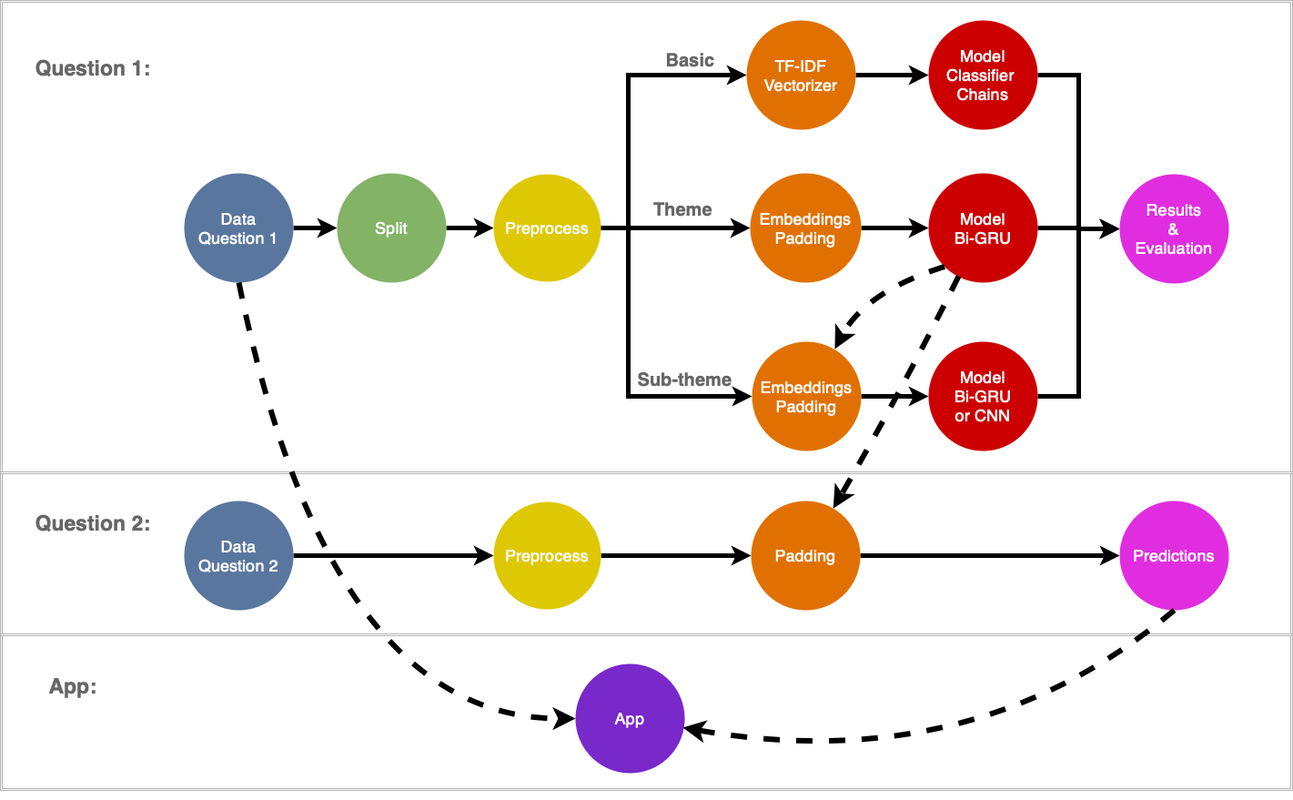
Above: reports/figures/flowchart.png in singh-karanpal/Capstone (draw.io), before the change. Source tidied: cells renumbered, new cells last; positions are measured from the earlier drawing's top-left corner, leaving out a move shared by most shapes.
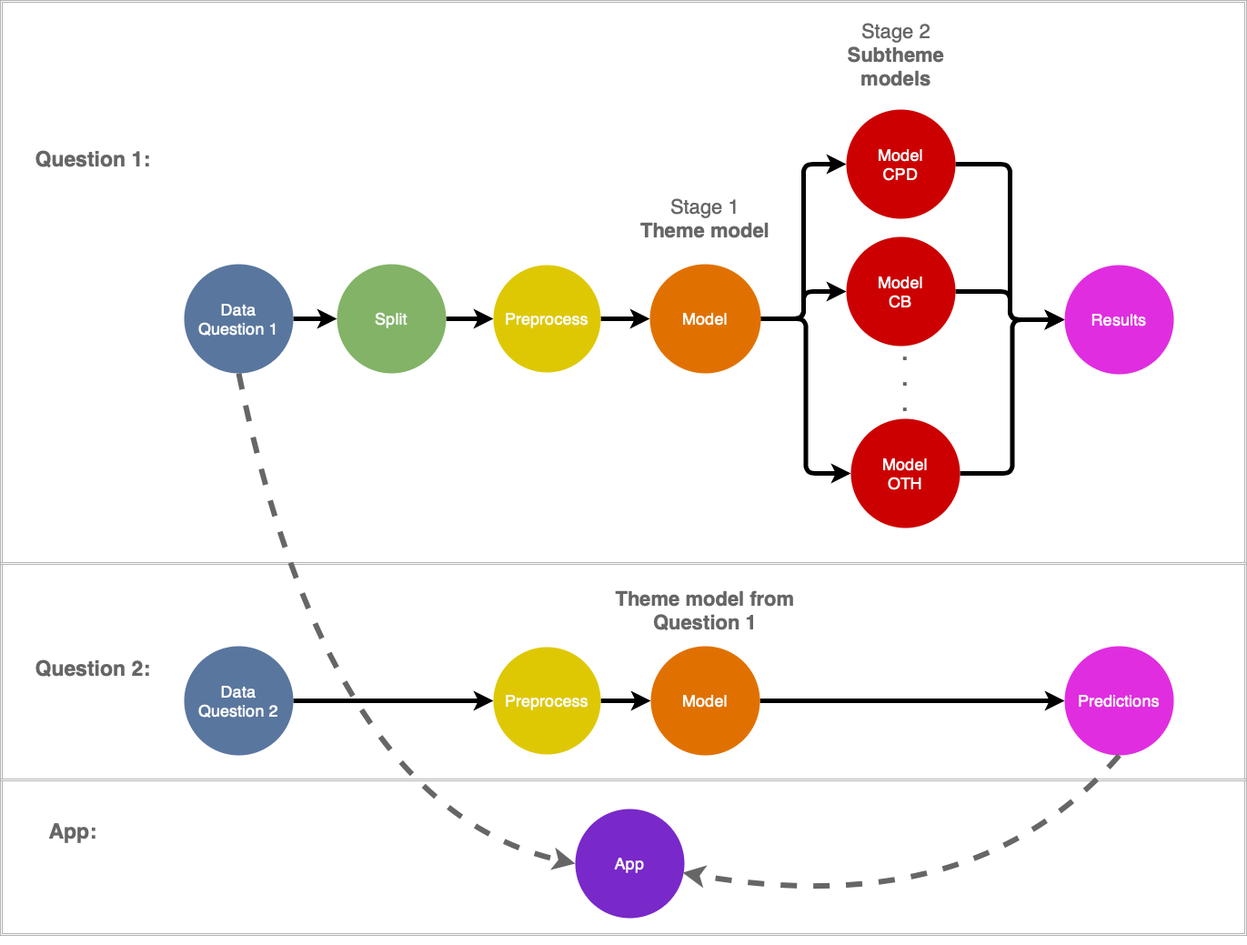
The same diagram one commit later.

Diff of the diagram source:
```diff
@@ -3,149 +3,97 @@
     <mxCell id="0" />
     <mxCell id="1" parent="0" />
     <mxCell id="2" style="shape=ext;double=1;rounded=0;whiteSpace=wrap;html=1;strokeColor=#B3B3B3;fillColor=none;fontSize=23;fontColor=#666666;" parent="1" vertex="1">
-      <mxGeometry y="696" width="1420" height="172" as="geometry" />
+      <mxGeometry x="-10" y="856" width="1370" height="172" as="geometry" />
     </mxCell>
     <mxCell id="3" style="shape=ext;double=1;rounded=0;whiteSpace=wrap;html=1;strokeColor=#B3B3B3;fillColor=none;fontSize=23;fontColor=#666666;" parent="1" vertex="1">
-      <mxGeometry y="518" width="1420" height="180" as="geometry" />
+      <mxGeometry x="-10" y="618" width="1370" height="240" as="geometry" />
     </mxCell>
     <mxCell id="4" style="shape=ext;double=1;rounded=0;whiteSpace=wrap;html=1;strokeColor=#B3B3B3;fillColor=none;fontSize=23;fontColor=#666666;" parent="1" vertex="1">
-      <mxGeometry width="1420" height="520" as="geometry" />
+      <mxGeometry x="-10" width="1370" height="620" as="geometry" />
     </mxCell>
     <mxCell id="5" style="edgeStyle=orthogonalEdgeStyle;rounded=0;jettySize=auto;html=1;exitX=1;exitY=0.5;exitDx=0;exitDy=0;fontSize=23;fontColor=#666666;strokeWidth=5;" parent="1" edge="1" source="6" target="8">
       <mxGeometry relative="1" as="geometry" />
     </mxCell>
     <mxCell id="6" value="&lt;span&gt;Data&lt;/span&gt;&lt;br style=&quot;font-size: 18px&quot;&gt;Question 1" style="ellipse;whiteSpace=wrap;html=1;fillColor=#59769E;strokeColor=none;fontSize=18;fontColor=#FCFCFC;fontStyle=0;" parent="1" vertex="1">
-      <mxGeometry x="202" y="190" width="120" height="120" as="geometry" />
+      <mxGeometry x="192" y="290" width="120" height="120" as="geometry" />
     </mxCell>
     <mxCell id="7" style="edgeStyle=orthogonalEdgeStyle;rounded=0;jettySize=auto;html=1;exitX=1;exitY=0.5;exitDx=0;exitDy=0;strokeWidth=5;fontSize=23;fontColor=#666666;entryX=0;entryY=0.5;entryDx=0;entryDy=0;" parent="1" edge="1" source="8" target="14">
       <mxGeometry relative="1" as="geometry" />
     </mxCell>
     <mxCell id="8" value="Split" style="ellipse;whiteSpace=wrap;html=1;fillColor=#82B366;strokeColor=none;fontSize=18;fontColor=#FAFAFA;fontStyle=0;" parent="1" vertex="1">
-      <mxGeometry x="370" y="190" width="120" height="120" as="geometry" />
+      <mxGeometry x="360" y="290" width="120" height="120" as="geometry" />
     </mxCell>
-    <mxCell id="9" value="Theme" style="edgeStyle=orthogonalEdgeStyle;jettySize=auto;html=1;strokeWidth=5;rounded=0;fontSize=20;fontColor=#666666;fontStyle=1;" parent="1" edge="1" source="14" target="18">
-      <mxGeometry x="0.1" y="20" relative="1" as="geometry" />
+    <mxCell id="9" style="edgeStyle=orthogonalEdgeStyle;jettySize=auto;html=1;strokeWidth=5;rounded=0;fontSize=20;fontColor=#666666;fontStyle=1;" parent="1" edge="1" source="14" target="18">
+      <mxGeometry x="-0.02" relative="1" as="geometry" />
     </mxCell>
-    <mxCell id="10" style="edgeStyle=orthogonalEdgeStyle;rounded=0;jettySize=auto;html=1;entryX=0;entryY=0.5;entryDx=0;entryDy=0;strokeWidth=5;exitX=1;exitY=0.5;exitDx=0;exitDy=0;fontColor=#333333;" parent="1" edge="1" source="14" target="16">
-      <mxGeometry relative="1" as="geometry">
-        <Array as="points">
-          <mxPoint x="690" y="250" />
-          <mxPoint x="690" y="82" />
-        </Array>
-      </mxGeometry>
-    </mxCell>
-    <mxCell id="11" value="Basic" style="edgeLabel;html=1;align=center;verticalAlign=middle;fontSize=20;fontColor=#666666;fontStyle=1;" parent="10" vertex="1">
-      <mxGeometry x="0.66" y="6" relative="1" as="geometry">
-        <mxPoint x="-7" y="-11" as="offset" />
-      </mxGeometry>
-    </mxCell>
-    <mxCell id="12" style="edgeStyle=orthogonalEdgeStyle;rounded=0;jettySize=auto;html=1;exitX=1;exitY=0.5;exitDx=0;exitDy=0;entryX=0;entryY=0.5;entryDx=0;entryDy=0;strokeWidth=5;fontStyle=1;fontColor=#808080;" parent="1" edge="1" source="14" target="20">
-      <mxGeometry relative="1" as="geometry">
-        <Array as="points">
-          <mxPoint x="690" y="250" />
-          <mxPoint x="690" y="435" />
-        </Array>
-      </mxGeometry>
-    </mxCell>
-    <mxCell id="13" value="Sub-theme" style="edgeLabel;html=1;align=center;verticalAlign=middle;fontSize=20;fontColor=#666666;fontStyle=1;" parent="12" vertex="1">
-      <mxGeometry x="0.61" y="-2" relative="1" as="geometry">
-        <mxPoint x="-7" y="-21" as="offset" />
-      </mxGeometry>
-    </mxCell>
     <mxCell id="14" value="Preprocess" style="ellipse;whiteSpace=wrap;html=1;fillColor=#DEC804;strokeColor=none;fontSize=18;fontColor=#FAFAFA;fontStyle=0;" parent="1" vertex="1">
-      <mxGeometry x="542" y="191" width="118" height="118" as="geometry" />
+      <mxGeometry x="532" y="291" width="118" height="118" as="geometry" />
     </mxCell>
-    <mxCell id="15" style="edgeStyle=orthogonalEdgeStyle;rounded=0;jettySize=auto;html=1;strokeWidth=5;fontSize=23;fontColor=#666666;" parent="1" edge="1" source="16" target="26">
-      <mxGeometry relative="1" as="geometry" />
-    </mxCell>
-    <mxCell id="16" value="TF-IDF&lt;br&gt;Vectorizer" style="ellipse;whiteSpace=wrap;html=1;fillColor=#E07100;strokeColor=none;fontSize=18;fontColor=#FAFAFA;fontStyle=0;" parent="1" vertex="1">
-      <mxGeometry x="820" y="22" width="120" height="120" as="geometry" />
-    </mxCell>
-    <mxCell id="17" style="edgeStyle=orthogonalEdgeStyle;rounded=0;jettySize=auto;html=1;strokeWidth=5;fontSize=23;fontColor=#666666;" parent="1" edge="1" source="18" target="30">
+    <mxCell id="17" style="edgeStyle=orthogonalEdgeStyle;jettySize=auto;html=1;strokeWidth=5;fontSize=23;fontColor=#666666;rounded=1;" parent="1" edge="1" source="18" target="30">
       <mxGeometry relative="1" as="geometry" />
     </mxCell>
+    <mxCell id="44" style="edgeStyle=orthogonalEdgeStyle;jettySize=auto;html=1;entryX=0;entryY=0.5;entryDx=0;entryDy=0;fontSize=24;fontColor=#666666;strokeWidth=5;rounded=1;" parent="1" edge="1" source="18" target="48">
+      <mxGeometry relative="1" as="geometry" />
+    </mxCell>
+    <mxCell id="45" style="edgeStyle=orthogonalEdgeStyle;jettySize=auto;html=1;entryX=0;entryY=0.5;entryDx=0;entryDy=0;strokeWidth=5;fontSize=24;fontColor=#666666;rounded=1;" parent="1" edge="1" source="18" target="32">
+      <mxGeometry relative="1" as="geometry" />
+    </mxCell>
-    <mxCell id="18" value="Embeddings&lt;br&gt;Padding" style="ellipse;whiteSpace=wrap;html=1;fillColor=#E07100;strokeColor=none;fontSize=18;fontColor=#FAFAFA;" parent="1" vertex="1">
-      <mxGeometry x="824" y="190" width="122" height="120" as="geometry" />
+    <mxCell id="18" value="Model" style="ellipse;whiteSpace=wrap;html=1;fillColor=#E07100;strokeColor=none;fontSize=18;fontColor=#FAFAFA;" parent="1" vertex="1">
+      <mxGeometry x="704" y="290" width="122" height="120" as="geometry" />
     </mxCell>
-    <mxCell id="19" style="edgeStyle=orthogonalEdgeStyle;rounded=0;jettySize=auto;html=1;strokeWidth=5;fontSize=23;fontColor=#666666;" parent="1" edge="1" source="20" target="32">
-      <mxGeometry relative="1" as="geometry" />
-    </mxCell>
-    <mxCell id="20" value="Embeddings&lt;br&gt;Padding" style="ellipse;whiteSpace=wrap;html=1;fillColor=#E07100;strokeColor=none;fontSize=18;fontColor=#FAFAFA;" parent="1" vertex="1">
-      <mxGeometry x="826" y="375" width="120" height="120" as="geometry" />
-    </mxCell>
     <mxCell id="21" style="edgeStyle=orthogonalEdgeStyle;rounded=0;jettySize=auto;html=1;strokeWidth=5;fontSize=23;fontColor=#666666;" parent="1" edge="1" source="22" target="34">
       <mxGeometry relative="1" as="geometry" />
     </mxCell>
-    <mxCell id="22" value="Padding" style="ellipse;whiteSpace=wrap;html=1;fillColor=#E07100;strokeColor=none;fontSize=18;fontColor=#FAFAFA;" parent="1" vertex="1">
-      <mxGeometry x="825" y="550" width="120" height="120" as="geometry" />
+    <mxCell id="22" value="Model" style="ellipse;whiteSpace=wrap;html=1;fillColor=#E07100;strokeColor=none;fontSize=18;fontColor=#FAFAFA;" parent="1" vertex="1">
+      <mxGeometry x="705" y="710" width="120" height="120" as="geometry" />
     </mxCell>
     <mxCell id="23" style="edgeStyle=orthogonalEdgeStyle;rounded=0;jettySize=auto;html=1;strokeWidth=5;fontSize=23;fontColor=#666666;" parent="1" edge="1" source="24" target="42">
       <mxGeometry relative="1" as="geometry" />
     </mxCell>
     <mxCell id="24" value="&lt;span&gt;Data&lt;/span&gt;&lt;br style=&quot;font-size: 18px&quot;&gt;Question 2" style="ellipse;whiteSpace=wrap;html=1;fillColor=#59769E;strokeColor=none;fontSize=18;fontColor=#FCFCFC;fontStyle=0;" parent="1" vertex="1">
-      <mxGeometry x="202" y="550" width="120" height="120" as="geometry" />
+      <mxGeometry x="192" y="710" width="120" height="120" as="geometry" />
     </mxCell>
-    <mxCell id="25" style="edgeStyle=orthogonalEdgeStyle;rounded=0;jettySize=auto;html=1;strokeWidth=5;fontSize=23;fontColor=#666666;entryX=0;entryY=0.5;entryDx=0;entryDy=0;" parent="1" edge="1" source="26" target="33">
-      <mxGeometry relative="1" as="geometry" />
-    </mxCell>
-    <mxCell id="26" value="Model&lt;br&gt;Classifier&amp;nbsp;&lt;br&gt;Chains" style="ellipse;whiteSpace=wrap;html=1;fillColor=#CC0000;strokeColor=none;fontSize=18;fontColor=#FAFAFA;fontStyle=0;" parent="1" vertex="1">
-      <mxGeometry x="1020" y="22" width="120" height="120" as="geometry" />
-    </mxCell>
     <mxCell id="27" value="Question 1:" style="text;html=1;strokeColor=none;fillColor=none;align=center;verticalAlign=middle;whiteSpace=wrap;rounded=0;fontSize=23;fontColor=#666666;fontStyle=1;" parent="1" vertex="1">
-      <mxGeometry x="22" y="50" width="160" height="50" as="geometry" />
+      <mxGeometry x="12" y="150" width="160" height="50" as="geometry" />
     </mxCell>
     <mxCell id="28" value="Question 2:" style="text;html=1;strokeColor=none;fillColor=none;align=center;verticalAlign=middle;whiteSpace=wrap;rounded=0;fontSize=23;fontColor=#666666;fontStyle=1;" parent="1" vertex="1">
-      <mxGeometry x="22" y="550" width="160" height="50" as="geometry" />
+      <mxGeometry x="12" y="710" width="160" height="50" as="geometry" />
     </mxCell>
-    <mxCell id="29" style="edgeStyle=orthogonalEdgeStyle;rounded=0;jettySize=auto;html=1;strokeWidth=5;fontSize=23;fontColor=#666666;" parent="1" edge="1" source="30" target="33">
+    <mxCell id="29" style="edgeStyle=orthogonalEdgeStyle;jettySize=auto;html=1;strokeWidth=5;fontSize=23;fontColor=#666666;rounded=1;" parent="1" edge="1" source="30" target="33">
       <mxGeometry relative="1" as="geometry" />
     </mxCell>
-    <mxCell id="30" value="Model&lt;br&gt;Bi-GRU" style="ellipse;whiteSpace=wrap;html=1;fillColor=#CC0000;strokeColor=none;fontSize=18;fontColor=#FAFAFA;fontStyle=0;" parent="1" vertex="1">
-      <mxGeometry x="1020" y="190" width="120" height="120" as="geometry" />
+    <mxCell id="30" value="Model&lt;br&gt;CB" style="ellipse;whiteSpace=wrap;html=1;fillColor=#CC0000;strokeColor=none;fontSize=18;fontColor=#FAFAFA;fontStyle=0;" parent="1" vertex="1">
+      <mxGeometry x="920" y="260" width="120" height="120" as="geometry" />
     </mxCell>
-    <mxCell id="31" style="edgeStyle=orthogonalEdgeStyle;rounded=0;jettySize=auto;html=1;entryX=0;entryY=0.5;entryDx=0;entryDy=0;strokeWidth=5;fontSize=23;fontColor=#666666;" parent="1" edge="1" source="32" target="33">
+    <mxCell id="31" style="edgeStyle=orthogonalEdgeStyle;jettySize=auto;html=1;entryX=0;entryY=0.5;entryDx=0;entryDy=0;strokeWidth=5;fontSize=23;fontColor=#666666;rounded=1;" parent="1" edge="1" source="32" target="33">
       <mxGeometry relative="1" as="geometry" />
     </mxCell>
-    <mxCell id="32" value="Model&lt;br&gt;Bi-GRU&lt;br&gt;or CNN" style="ellipse;whiteSpace=wrap;html=1;fillColor=#CC0000;strokeColor=none;fontSize=18;fontColor=#FAFAFA;fontStyle=0;" parent="1" vertex="1">
-      <mxGeometry x="1020" y="375" width="120" height="120" as="geometry" />
+    <mxCell id="32" value="Model&lt;br&gt;OTH" style="ellipse;whiteSpace=wrap;html=1;fillColor=#CC0000;strokeColor=none;fontSize=18;fontColor=#FAFAFA;fontStyle=0;" parent="1" vertex="1">
+      <mxGeometry x="925" y="460" width="120" height="120" as="geometry" />
     </mxCell>
-    <mxCell id="33" value="Results&lt;br&gt;&amp;amp;&lt;br&gt;Evaluation" style="ellipse;whiteSpace=wrap;html=1;fillColor=#E02DE0;strokeColor=none;fontSize=18;fontColor=#FAFAFA;fontStyle=0;" parent="1" vertex="1">
-      <mxGeometry x="1230" y="191" width="120" height="120" as="geometry" />
+    <mxCell id="33" value="Results" style="ellipse;whiteSpace=wrap;html=1;fillColor=#E02DE0;strokeColor=none;fontSize=18;fontColor=#FAFAFA;fontStyle=0;" parent="1" vertex="1">
+      <mxGeometry x="1160" y="291" width="120" height="120" as="geometry" />
     </mxCell>
     <mxCell id="34" value="Predictions" style="ellipse;whiteSpace=wrap;html=1;fillColor=#E02DE0;strokeColor=none;fontSize=18;fontColor=#FAFAFA;fontStyle=0;" parent="1" vertex="1">
-      <mxGeometry x="1230" y="550" width="120" height="120" as="geometry" />
+      <mxGeometry x="1160" y="710" width="120" height="120" as="geometry" />
     </mxCell>
-    <mxCell id="35" style="curved=1;endArrow=classic;html=1;strokeWidth=6;fontSize=23;fontColor=#666666;exitX=0;exitY=1;exitDx=0;exitDy=0;entryX=0.758;entryY=0.067;entryDx=0;entryDy=0;entryPerimeter=0;dashed=1;" parent="1" edge="1" source="30" target="20">
-      <mxGeometry relative="1" as="geometry">
-        <Array as="points">
-          <mxPoint x="950" y="320" />
-        </Array>
-      </mxGeometry>
-    </mxCell>
-    <mxCell id="36" style="curved=1;endArrow=classic;html=1;strokeWidth=6;fontSize=23;fontColor=#666666;exitX=0.275;exitY=0.942;exitDx=0;exitDy=0;exitPerimeter=0;shadow=0;dashed=1;" parent="1" edge="1" source="30" target="22">
-      <mxGeometry relative="1" as="geometry">
-        <Array as="points">
-          <mxPoint x="990" y="430" />
-        </Array>
-      </mxGeometry>
-    </mxCell>
     <mxCell id="37" value="App:" style="text;html=1;strokeColor=none;fillColor=none;align=center;verticalAlign=middle;whiteSpace=wrap;rounded=0;fontSize=23;fontColor=#666666;fontStyle=1;" parent="1" vertex="1">
-      <mxGeometry y="729" width="160" height="50" as="geometry" />
+      <mxGeometry x="-10" y="889" width="160" height="50" as="geometry" />
     </mxCell>
     <mxCell id="38" value="App" style="ellipse;whiteSpace=wrap;html=1;fillColor=#7928C9;strokeColor=none;fontSize=18;fontColor=#FAFAFA;fontStyle=0;" parent="1" vertex="1">
-      <mxGeometry x="632" y="729" width="120" height="120" as="geometry" />
+      <mxGeometry x="622" y="889" width="120" height="120" as="geometry" />
     </mxCell>
-    <mxCell id="39" style="curved=1;endArrow=classic;html=1;strokeWidth=6;fontSize=23;fontColor=#666666;exitX=0.5;exitY=1;exitDx=0;exitDy=0;shadow=0;dashed=1;entryX=0.983;entryY=0.583;entryDx=0;entryDy=0;entryPerimeter=0;" parent="1" edge="1" source="34" target="38">
+    <mxCell id="39" style="curved=1;endArrow=classic;html=1;strokeWidth=6;fontSize=23;fontColor=#666666;exitX=0.5;exitY=1;exitDx=0;exitDy=0;shadow=0;dashed=1;entryX=0.983;entryY=0.583;entryDx=0;entryDy=0;entryPerimeter=0;strokeColor=#666666;" parent="1" edge="1" source="34" target="38">
       <mxGeometry relative="1" as="geometry">
         <Array as="points">
-          <mxPoint x="1070" y="855" />
+          <mxPoint x="1060" y="1015" />
         </Array>
       </mxGeometry>
     </mxCell>
-    <mxCell id="40" style="curved=1;endArrow=classic;html=1;strokeWidth=6;fontSize=23;fontColor=#666666;shadow=0;dashed=1;entryX=0;entryY=0.5;entryDx=0;entryDy=0;exitX=0.5;exitY=1;exitDx=0;exitDy=0;" parent="1" edge="1" source="6" target="38">
+    <mxCell id="40" style="curved=1;endArrow=classic;html=1;strokeWidth=6;fontSize=23;fontColor=#666666;shadow=0;dashed=1;entryX=0;entryY=0.5;entryDx=0;entryDy=0;exitX=0.5;exitY=1;exitDx=0;exitDy=0;strokeColor=#666666;" parent="1" edge="1" source="6" target="38">
       <mxGeometry relative="1" as="geometry">
         <Array as="points">
-          <mxPoint x="360" y="790" />
+          <mxPoint x="350" y="890" />
         </Array>
       </mxGeometry>
     </mxCell>
@@ -153,10 +101,28 @@
       <mxGeometry relative="1" as="geometry" />
     </mxCell>
     <mxCell id="42" value="Preprocess" style="ellipse;whiteSpace=wrap;html=1;fillColor=#DEC804;strokeColor=none;fontSize=18;fontColor=#FAFAFA;fontStyle=0;" parent="1" vertex="1">
-      <mxGeometry x="542" y="551" width="118" height="118" as="geometry" />
+      <mxGeometry x="532" y="711" width="118" height="118" as="geometry" />
     </mxCell>
     <mxCell id="43" style="edgeStyle=orthogonalEdgeStyle;rounded=0;orthogonalLoop=1;jettySize=auto;html=1;exitX=0.5;exitY=1;exitDx=0;exitDy=0;strokeWidth=5;fontSize=20;fontColor=#333333;" parent="1" edge="1" source="2" target="2">
       <mxGeometry relative="1" as="geometry" />
     </mxCell>
+    <mxCell id="46" value="&lt;span style=&quot;font-weight: normal&quot;&gt;Stage 1&lt;/span&gt;&lt;br&gt;Theme model" style="text;html=1;strokeColor=none;fillColor=none;align=center;verticalAlign=middle;whiteSpace=wrap;rounded=0;fontColor=#666666;fontSize=22;fontStyle=1;" parent="1" vertex="1">
+      <mxGeometry x="690" y="210" width="150" height="60" as="geometry" />
+    </mxCell>
+    <mxCell id="47" style="edgeStyle=orthogonalEdgeStyle;jettySize=auto;html=1;entryX=0;entryY=0.5;entryDx=0;entryDy=0;strokeWidth=5;fontSize=24;fontColor=#666666;rounded=1;" parent="1" edge="1" source="48" target="33">
+      <mxGeometry relative="1" as="geometry" />
+    </mxCell>
+    <mxCell id="48" value="Model&lt;br&gt;CPD" style="ellipse;whiteSpace=wrap;html=1;fillColor=#CC0000;strokeColor=none;fontSize=18;fontColor=#FAFAFA;fontStyle=0;" parent="1" vertex="1">
+      <mxGeometry x="920" y="120" width="120" height="120" as="geometry" />
+    </mxCell>
+    <mxCell id="49" value="&lt;span style=&quot;font-weight: normal&quot;&gt;Stage 2&lt;/span&gt;&lt;br&gt;Subtheme models" style="text;html=1;strokeColor=none;fillColor=none;align=center;verticalAlign=middle;whiteSpace=wrap;rounded=0;fontColor=#666666;fontSize=22;fontStyle=1;" parent="1" vertex="1">
+      <mxGeometry x="900" y="20" width="150" height="80" as="geometry" />
+    </mxCell>
+    <mxCell id="50" value=".&lt;br style=&quot;font-size: 24px;&quot;&gt;.&lt;br style=&quot;font-size: 24px;&quot;&gt;." style="text;html=1;strokeColor=none;fillColor=none;align=center;verticalAlign=middle;whiteSpace=wrap;rounded=0;fontSize=24;fontColor=#666666;fontStyle=1;" parent="1" vertex="1">
+      <mxGeometry x="965" y="369" width="40" height="91" as="geometry" />
+    </mxCell>
+    <mxCell id="51" value="Theme model from Question 1" style="text;html=1;strokeColor=none;fillColor=none;align=center;verticalAlign=middle;whiteSpace=wrap;rounded=0;fontColor=#666666;fontSize=22;fontStyle=1;" parent="1" vertex="1">
+      <mxGeometry x="665" y="631" width="200" height="80" as="geometry" />
+    </mxCell>
   </root>
 </mxGraphModel>
```
